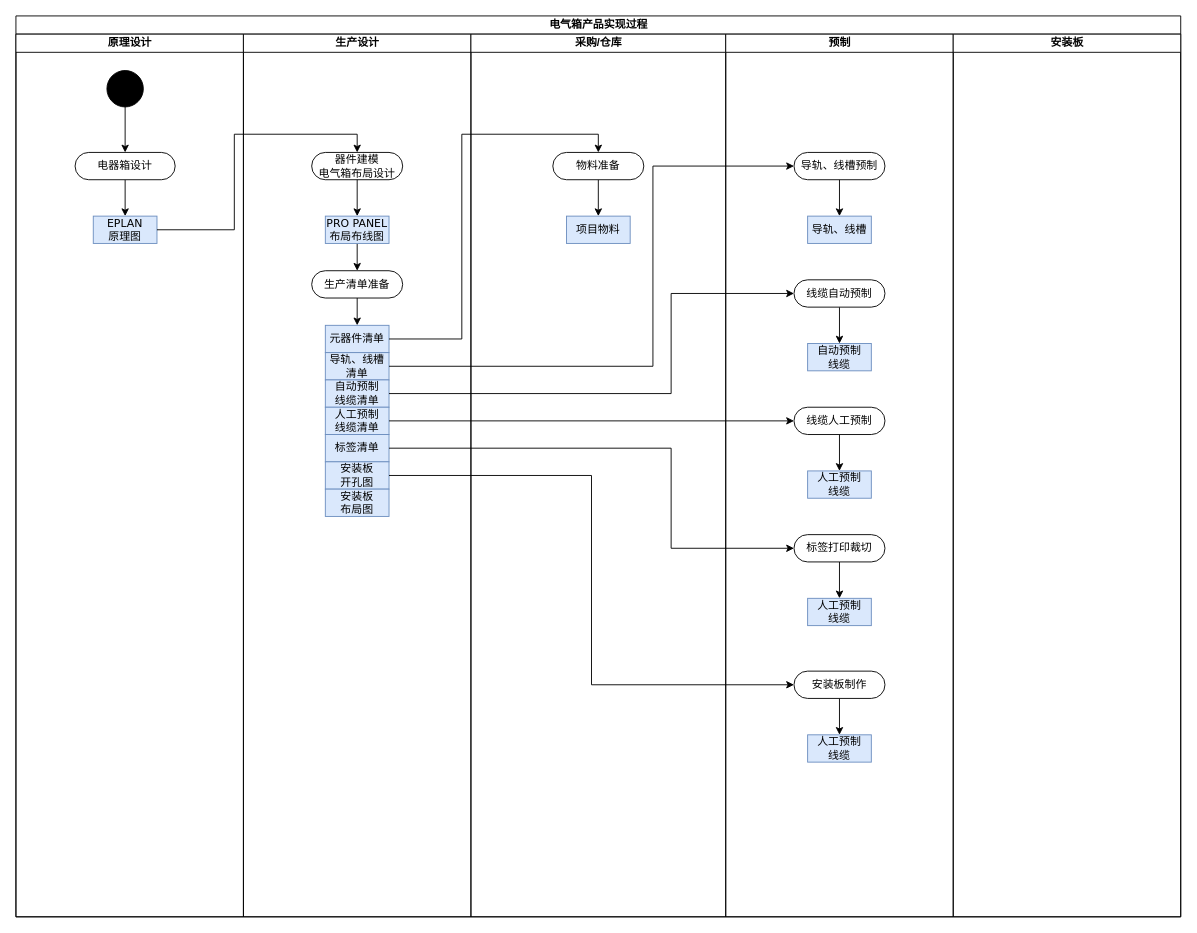
Above: 未命名绘图.drawio in csroderek/drawio (draw.io), before the change. Source tidied: cells renumbered, new cells numbered last; positions are measured from the earlier drawing's top-left corner, leaving out a move shared by most shapes. Both pictures are drawn from the tidied source at 91%, with x=0, y=0 at pixel (15, 15).
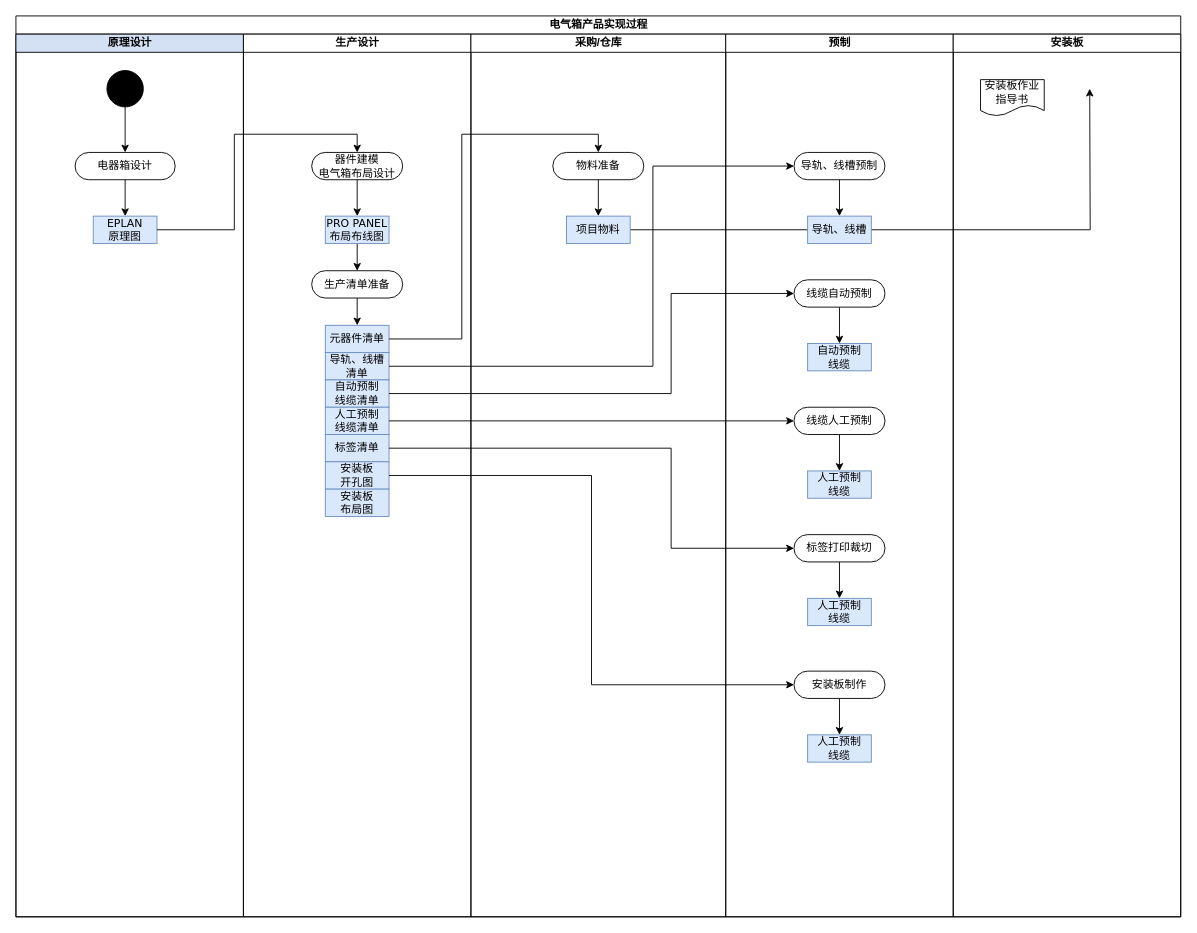
The same page after the edit.

Commit message:
更新未命名绘图.drawio

Unchanged cells that the change refers to:
```xml
<mxCell id="2" value="电气箱产品实现过程" style="swimlane;html=1;startSize=20;rounded=0;shadow=0;comic=0;labelBackgroundColor=none;strokeWidth=1;fontFamily=Verdana;fontSize=12;align=center;" parent="1" vertex="1">
  <mxGeometry width="1280" height="990" as="geometry" />
</mxCell>
<mxCell id="23" value="采购/仓库" style="swimlane;html=1;startSize=20;" parent="2" vertex="1">
  <mxGeometry x="500" y="20" width="280" height="970" as="geometry" />
</mxCell>
<mxCell id="26" value="项目物料" style="rounded=0;whiteSpace=wrap;html=1;shadow=0;comic=0;labelBackgroundColor=none;strokeWidth=1;fontFamily=Verdana;fontSize=12;align=center;arcSize=50;fillColor=#dae8fc;strokeColor=#6c8ebf;" parent="23" vertex="1">
  <mxGeometry x="105" y="200" width="70" height="30" as="geometry" />
</mxCell>
<mxCell id="43" value="安装板" style="swimlane;html=1;startSize=20;" parent="2" vertex="1">
  <mxGeometry x="1030" y="20" width="250" height="970" as="geometry" />
</mxCell>
```

Change to the diagram source:
```diff
@@
-    <mxCell id="3" value="原理设计" style="swimlane;html=1;startSize=20;" parent="2" vertex="1">
+    <mxCell id="3" value="原理设计" style="swimlane;html=1;startSize=20;fillColor=#D4E1F5;" parent="2" vertex="1">
       <mxGeometry y="20" width="250" height="970" as="geometry" />
     </mxCell>
@@
+    <mxCell id="51" style="edgeStyle=orthogonalEdgeStyle;rounded=0;jettySize=auto;html=1;exitX=1;exitY=0.5;exitDx=0;exitDy=0;" parent="23" edge="1" source="26">
+      <mxGeometry relative="1" as="geometry">
+        <mxPoint x="680" y="60" as="targetPoint" />
+      </mxGeometry>
+    </mxCell>
@@
+    <mxCell id="52" value="安装板作业指导书" style="shape=document;whiteSpace=wrap;html=1;boundedLbl=1;" parent="43" vertex="1">
+      <mxGeometry x="30" y="50" width="70" height="40" as="geometry" />
+    </mxCell>
```
